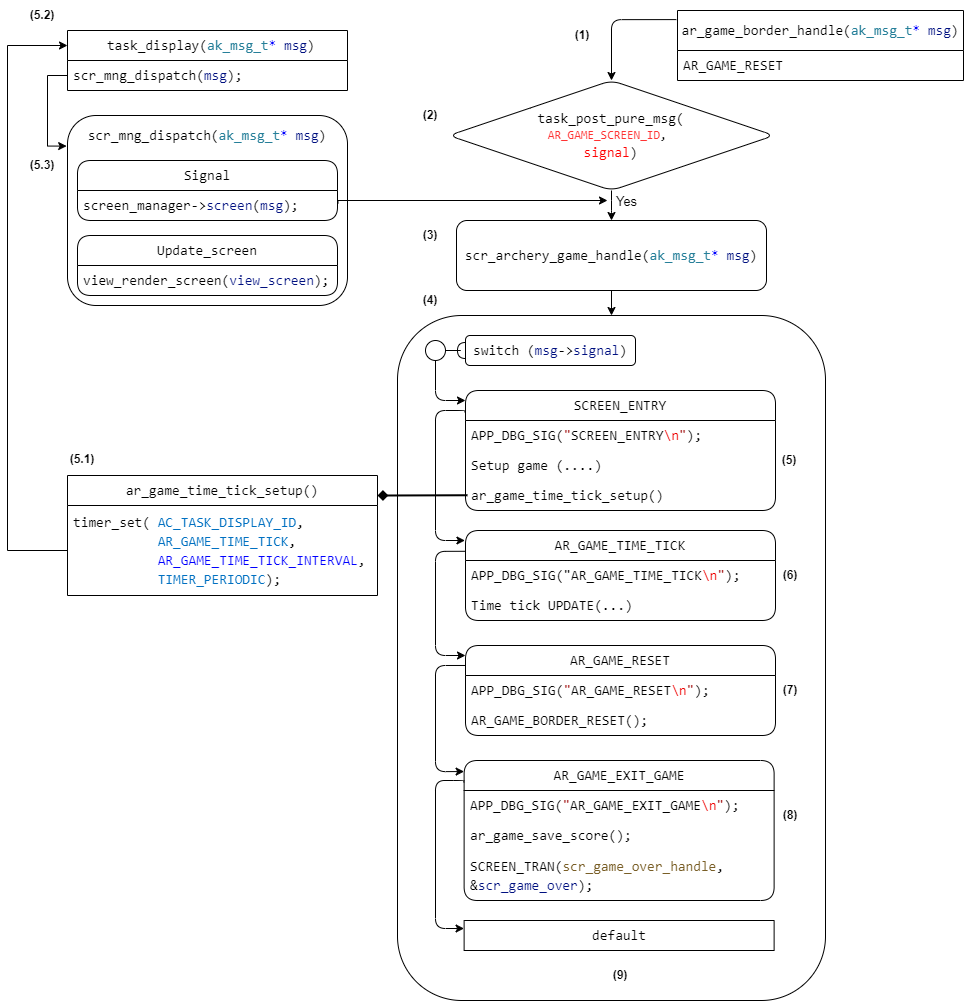
Earlier version of the draw.io export screen_sequence.drawio.png (QuocBuu/drawio). Source tidied: cells renumbered, new cells last; positions are measured from the earlier drawing's top-left corner, leaving out a move shared by most shapes.
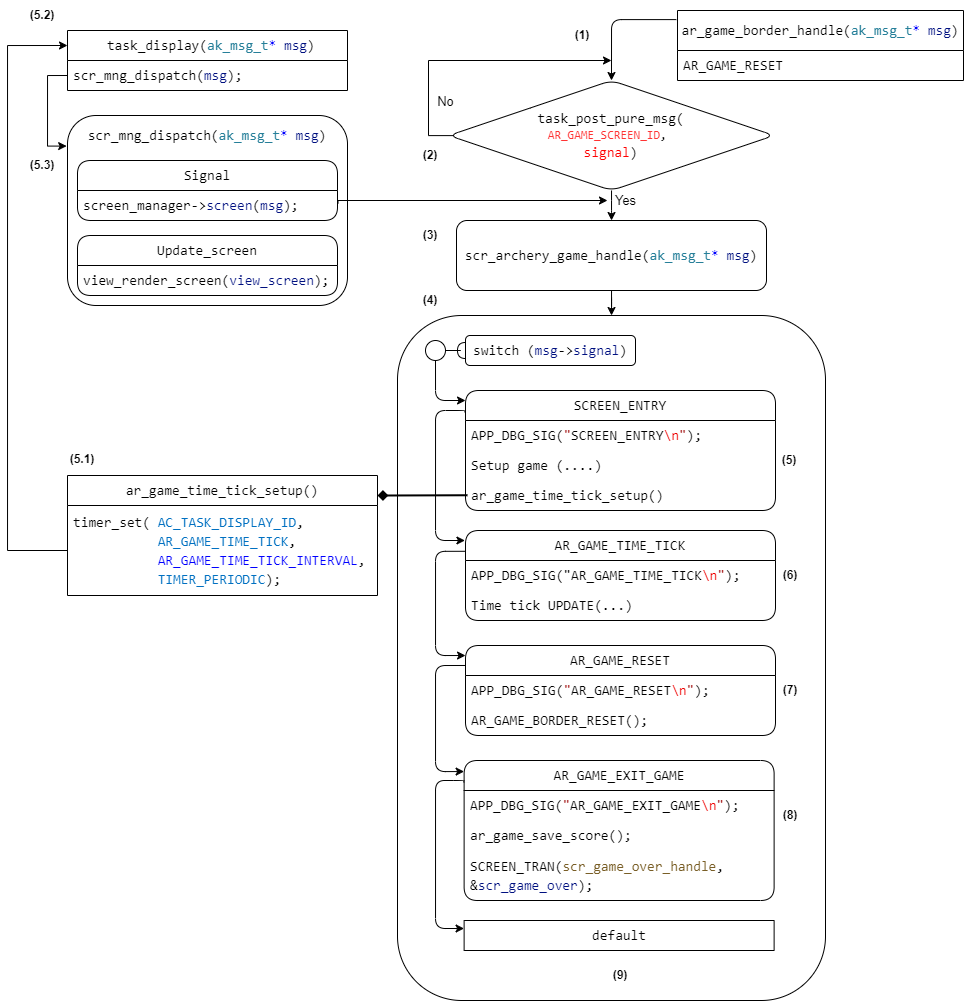
Later version of the same file.

Diff of the diagram source:
```diff
@@ -133,6 +133,20 @@
         </Array>
       </mxGeometry>
     </mxCell>
+    <mxCell id="60" style="edgeStyle=orthogonalEdgeStyle;rounded=0;jettySize=auto;html=1;exitX=0.016;exitY=0.501;exitDx=0;exitDy=0;exitPerimeter=0;" parent="1" edge="1" source="32">
+      <mxGeometry relative="1" as="geometry">
+        <mxPoint x="604" y="60" as="targetPoint" />
+        <Array as="points">
+          <mxPoint x="421" y="135" />
+          <mxPoint x="421" y="60" />
+        </Array>
+      </mxGeometry>
+    </mxCell>
+    <mxCell id="61" value="&lt;font style=&quot;font-size: 13px;&quot;&gt;No&lt;/font&gt;" style="edgeLabel;html=1;align=center;verticalAlign=middle;" parent="60" vertex="1">
+      <mxGeometry x="-0.58" y="-1" relative="1" as="geometry">
+        <mxPoint x="16" as="offset" />
+      </mxGeometry>
+    </mxCell>
     <mxCell id="32" value="&lt;div style=&quot;background-color: rgb(255, 255, 255); font-family: Consolas, &amp;quot;Courier New&amp;quot;, monospace; font-size: 14px; line-height: 19px;&quot;&gt;task_post_pure_msg(&lt;/div&gt;&lt;span style=&quot;background-color: rgb(255, 255, 255);&quot;&gt;&lt;font face=&quot;Consolas, Courier New, monospace&quot;&gt;&lt;font color=&quot;#ff3333&quot;&gt;AR_GAME_SCREEN_ID&lt;/font&gt;,&amp;nbsp;&lt;/font&gt;&lt;/span&gt;&lt;font face=&quot;Consolas, Courier New, monospace&quot; color=&quot;#ff3333&quot;&gt;&lt;br&gt;&lt;/font&gt;&lt;div style=&quot;background-color: rgb(255, 255, 255); font-family: Consolas, &amp;quot;Courier New&amp;quot;, monospace; font-size: 14px; line-height: 19px;&quot;&gt;&lt;font color=&quot;#ff0000&quot;&gt;signal&lt;/font&gt;)&lt;/div&gt;" style="rhombus;whiteSpace=wrap;html=1;rounded=1;" parent="1" vertex="1">
       <mxGeometry x="441.4" y="80" width="325.2" height="110" as="geometry" />
     </mxCell>
@@ -158,7 +172,7 @@
       <mxGeometry y="40" width="286" height="30" as="geometry" />
     </mxCell>
     <mxCell id="40" value="&lt;b&gt;(2)&lt;/b&gt;" style="text;html=1;strokeColor=none;fillColor=none;align=center;verticalAlign=middle;whiteSpace=wrap;rounded=0;" parent="1" vertex="1">
-      <mxGeometry x="408" y="100" width="30" height="30" as="geometry" />
+      <mxGeometry x="408" y="140" width="30" height="30" as="geometry" />
     </mxCell>
     <mxCell id="41" value="&lt;b&gt;(3)&lt;/b&gt;" style="text;html=1;strokeColor=none;fillColor=none;align=center;verticalAlign=middle;whiteSpace=wrap;rounded=0;" parent="1" vertex="1">
       <mxGeometry x="408" y="220" width="30" height="30" as="geometry" />
```
